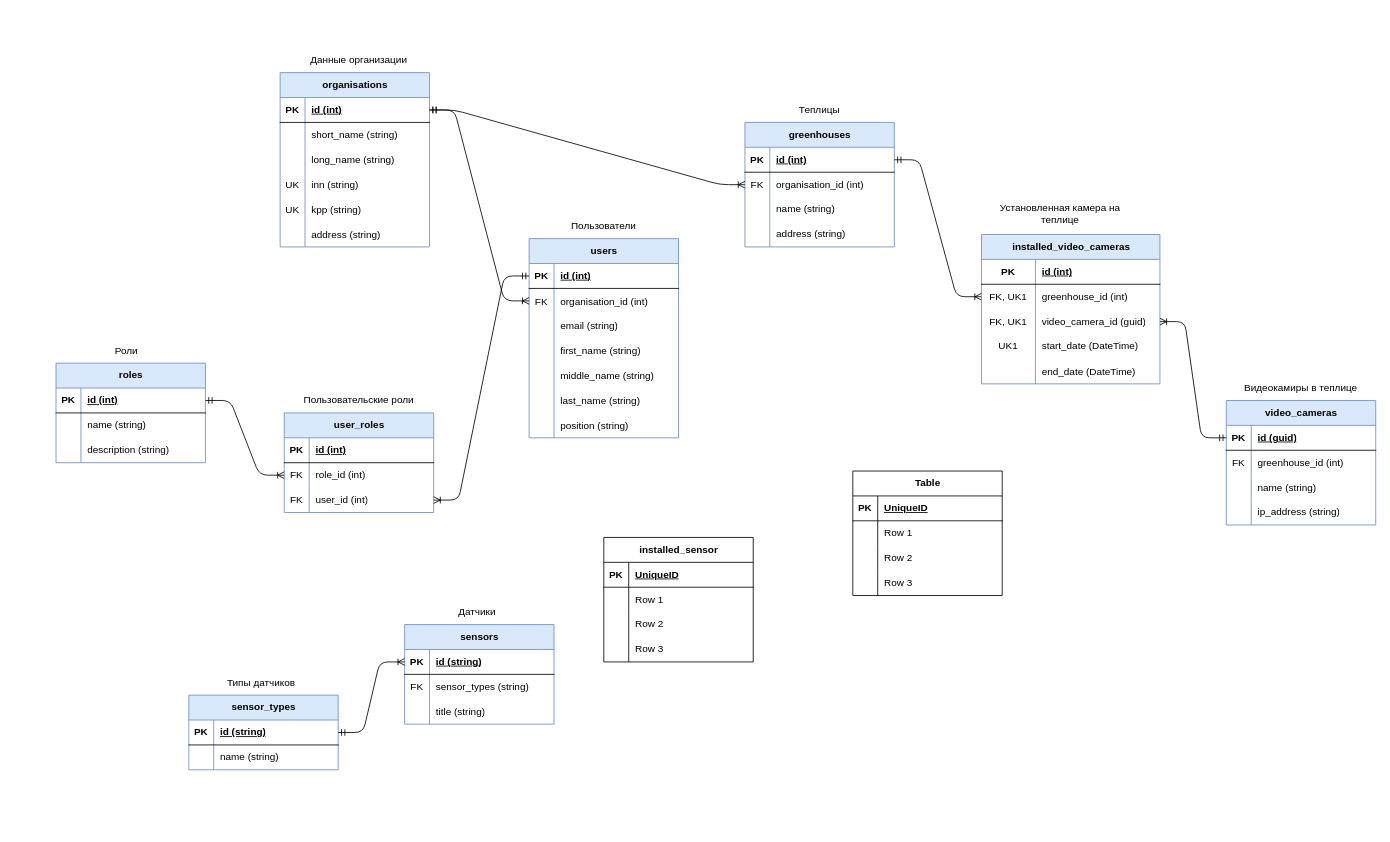
shishkinsa/arch-sys-greenhouse-monitoring keeps this draw.io diagram as docs/diargams/src/gm_er.drawio. Above is the earlier version. Source tidied: cells renumbered, new cells numbered last; positions are measured from the earlier drawing's top-left corner, leaving out a move shared by most shapes. Both pictures are drawn from the tidied source at 83%, with x=0, y=0 at pixel (56, 47).
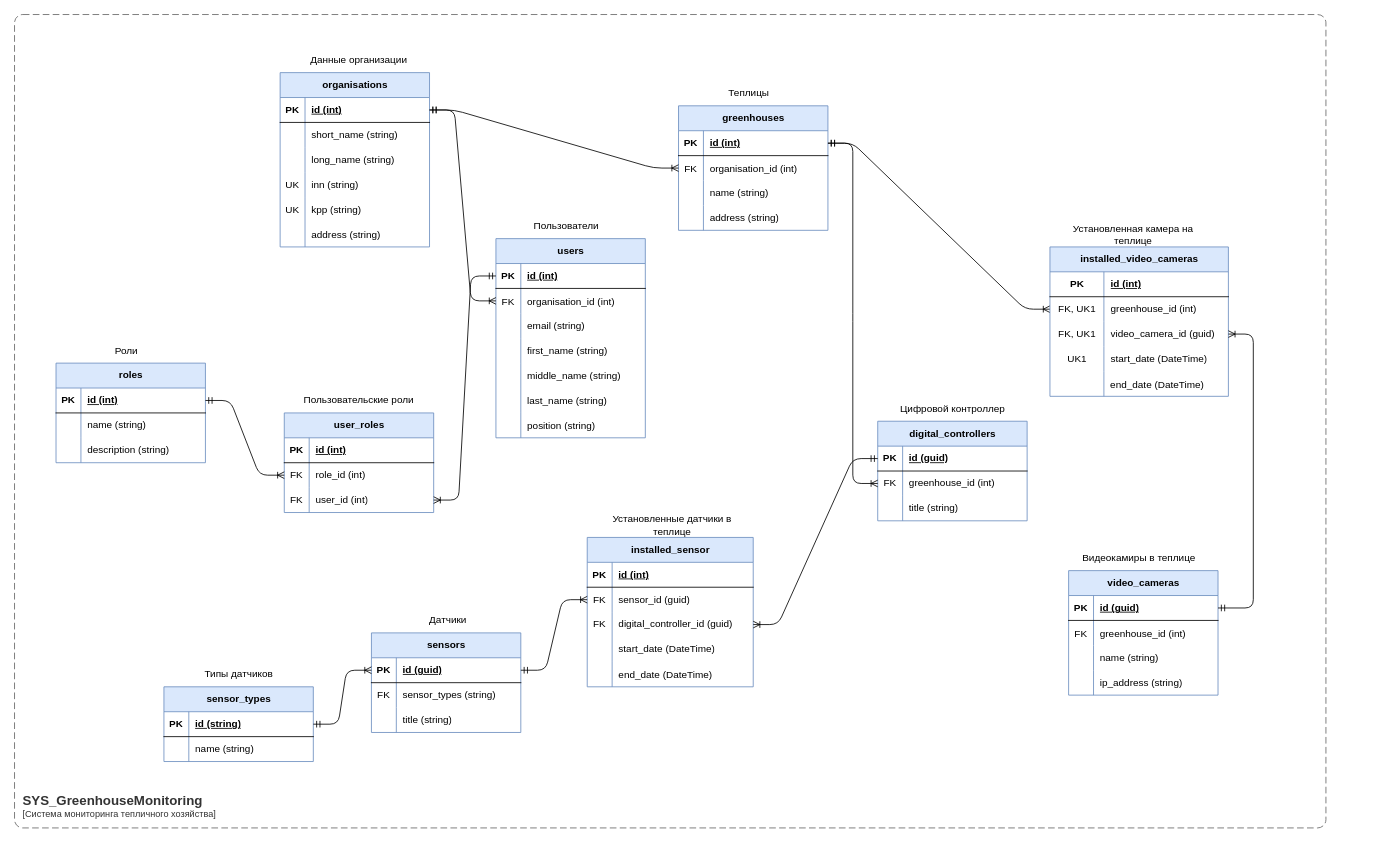
The same diagram, later.

Unchanged cells that the change refers to:
```xml
<mxCell id="3" style="shape=tableRow;horizontal=0;startSize=0;swimlaneHead=0;swimlaneBody=0;fillColor=none;points=[[0,0.5],[1,0.5]];portConstraint=eastwest;top=0;left=0;right=0;bottom=1;" parent="2" vertex="1">
  <mxGeometry y="30" width="180" height="30" as="geometry" />
</mxCell>
<mxCell id="109" style="shape=tableRow;horizontal=0;startSize=0;swimlaneHead=0;swimlaneBody=0;fillColor=none;points=[[0,0.5],[1,0.5]];portConstraint=eastwest;top=0;left=0;right=0;bottom=1;" parent="108" vertex="1">
  <mxGeometry y="30" width="180" height="30" as="geometry" />
</mxCell>
<mxCell id="152" style="shape=tableRow;horizontal=0;startSize=0;swimlaneHead=0;swimlaneBody=0;fillColor=none;points=[[0,0.5],[1,0.5]];portConstraint=eastwest;top=0;left=0;right=0;bottom=1;" parent="151" vertex="1">
  <mxGeometry y="30" width="180" height="30" as="geometry" />
</mxCell>
<mxCell id="155" style="shape=tableRow;horizontal=0;startSize=0;swimlaneHead=0;swimlaneBody=0;fillColor=none;points=[[0,0.5],[1,0.5]];portConstraint=eastwest;top=0;left=0;right=0;bottom=0;" parent="151" vertex="1">
  <mxGeometry y="60" width="180" height="30" as="geometry" />
</mxCell>
<mxCell id="158" style="shape=tableRow;horizontal=0;startSize=0;swimlaneHead=0;swimlaneBody=0;fillColor=none;top=0;left=0;right=0;bottom=0;" parent="151" vertex="1">
  <mxGeometry y="90" width="180" height="30" as="geometry" />
</mxCell>
```

The edit, as a diff of the source:
```diff
@@
     <mxCell id="2" value="greenhouses" style="shape=table;startSize=30;childLayout=tableLayout;rowLines=0;fontStyle=1;align=center;html=1;fillColor=#dae8fc;strokeColor=#6c8ebf;" parent="1" vertex="1">
-      <mxGeometry x="830" y="90" width="180" height="150" as="geometry" />
+      <mxGeometry x="750" y="70" width="180" height="150" as="geometry" />
     </mxCell>
@@
     <mxCell id="15" value="Теплицы" style="text;html=1;align=center;verticalAlign=middle;whiteSpace=wrap;rounded=0;" parent="1" vertex="1">
-      <mxGeometry x="835" y="60" width="170" height="30" as="geometry" />
+      <mxGeometry x="750" y="40" width="170" height="30" as="geometry" />
     </mxCell>
@@
     <mxCell id="47" value="users" style="shape=table;startSize=30;childLayout=tableLayout;rowLines=0;fontStyle=1;align=center;html=1;fillColor=#dae8fc;strokeColor=#6c8ebf;" parent="1" vertex="1">
-      <mxGeometry x="570" y="230" width="180" height="240" as="geometry" />
+      <mxGeometry x="530" y="230" width="180" height="240" as="geometry" />
     </mxCell>
@@
     <mxCell id="69" value="Пользователи" style="text;html=1;align=center;verticalAlign=middle;whiteSpace=wrap;rounded=0;" parent="1" vertex="1">
-      <mxGeometry x="575" y="200" width="170" height="30" as="geometry" />
+      <mxGeometry x="530" y="200" width="170" height="30" as="geometry" />
     </mxCell>
@@
     <mxCell id="85" value="video_cameras" style="shape=table;startSize=30;childLayout=tableLayout;rowLines=0;fontStyle=1;align=center;html=1;fillColor=#dae8fc;strokeColor=#6c8ebf;" parent="1" vertex="1">
-      <mxGeometry x="1410" y="425" width="180" height="150" as="geometry" />
+      <mxGeometry x="1220" y="630" width="180" height="150" as="geometry" />
     </mxCell>
@@
     <mxCell id="98" value="Видеокамиры в теплице" style="text;html=1;align=center;verticalAlign=middle;whiteSpace=wrap;rounded=0;" parent="1" vertex="1">
-      <mxGeometry x="1415" y="395" width="170" height="30" as="geometry" />
+      <mxGeometry x="1220" y="600" width="170" height="30" as="geometry" />
     </mxCell>
@@
     <mxCell id="100" value="sensor_types" style="shape=table;startSize=30;childLayout=tableLayout;rowLines=0;fontStyle=1;align=center;html=1;fillColor=#dae8fc;strokeColor=#6c8ebf;" parent="1" vertex="1">
-      <mxGeometry x="160" y="780" width="180" height="90" as="geometry" />
+      <mxGeometry x="130" y="770" width="180" height="90" as="geometry" />
     </mxCell>
@@
     <mxCell id="107" value="Типы датчиков" style="text;html=1;align=center;verticalAlign=middle;whiteSpace=wrap;rounded=0;" parent="1" vertex="1">
-      <mxGeometry x="160" y="750" width="175" height="30" as="geometry" />
+      <mxGeometry x="132.5" y="740" width="175" height="30" as="geometry" />
     </mxCell>
     <mxCell id="108" value="sensors" style="shape=table;startSize=30;childLayout=tableLayout;rowLines=0;fontStyle=1;align=center;html=1;fillColor=#dae8fc;strokeColor=#6c8ebf;" parent="1" vertex="1">
-      <mxGeometry x="420" y="695" width="180" height="120" as="geometry" />
+      <mxGeometry x="380" y="705" width="180" height="120" as="geometry" />
     </mxCell>
@@
-    <mxCell id="111" value="id (string)" style="shape=partialRectangle;fillColor=none;top=0;left=0;bottom=0;right=0;align=left;spacingLeft=6;fontStyle=5;overflow=hidden;whiteSpace=wrap;html=1;" parent="109" vertex="1">
+    <mxCell id="111" value="id (guid)" style="shape=partialRectangle;fillColor=none;top=0;left=0;bottom=0;right=0;align=left;spacingLeft=6;fontStyle=5;overflow=hidden;whiteSpace=wrap;html=1;" parent="109" vertex="1">
       <mxGeometry x="30" width="150" height="30" as="geometry" />
     </mxCell>
@@
     <mxCell id="118" value="Датчики" style="text;html=1;align=center;verticalAlign=middle;whiteSpace=wrap;rounded=0;" parent="1" vertex="1">
-      <mxGeometry x="420" y="665" width="175" height="30" as="geometry" />
+      <mxGeometry x="385" y="675" width="175" height="30" as="geometry" />
     </mxCell>
     <mxCell id="119" value="installed_video_cameras" style="shape=table;startSize=30;childLayout=tableLayout;rowLines=0;fontStyle=1;align=center;html=1;fillColor=#dae8fc;strokeColor=#6c8ebf;" parent="1" vertex="1">
-      <mxGeometry x="1115" y="225" width="215" height="180" as="geometry" />
+      <mxGeometry x="1197.5" y="240" width="215" height="180" as="geometry" />
     </mxCell>
@@
     <mxCell id="135" value="Установленная камера на теплице" style="text;html=1;align=center;verticalAlign=middle;whiteSpace=wrap;rounded=0;" parent="1" vertex="1">
-      <mxGeometry x="1125" y="185" width="170" height="30" as="geometry" />
+      <mxGeometry x="1212.5" y="210" width="170" height="30" as="geometry" />
     </mxCell>
@@
-    <mxCell id="137" value="installed_sensor" style="shape=table;startSize=30;childLayout=tableLayout;rowLines=0;fontStyle=1;align=center;html=1;" parent="1" vertex="1">
-      <mxGeometry x="660" y="590" width="180" height="150" as="geometry" />
+    <mxCell id="137" value="installed_sensor" style="shape=table;startSize=30;childLayout=tableLayout;rowLines=0;fontStyle=1;align=center;html=1;fillColor=#dae8fc;strokeColor=#6c8ebf;" parent="1" vertex="1">
+      <mxGeometry x="640" y="590" width="200" height="180" as="geometry" />
     </mxCell>
     <mxCell id="138" style="shape=tableRow;horizontal=0;startSize=0;swimlaneHead=0;swimlaneBody=0;fillColor=none;top=0;left=0;right=0;bottom=1;" parent="137" vertex="1">
-      <mxGeometry y="30" width="180" height="30" as="geometry" />
+      <mxGeometry y="30" width="200" height="30" as="geometry" />
     </mxCell>
@@
-    <mxCell id="140" value="UniqueID" style="shape=partialRectangle;fillColor=none;top=0;left=0;bottom=0;right=0;align=left;spacingLeft=6;fontStyle=5;overflow=hidden;whiteSpace=wrap;html=1;" parent="138" vertex="1">
-      <mxGeometry x="30" width="150" height="30" as="geometry" />
+    <mxCell id="140" value="id (int)" style="shape=partialRectangle;fillColor=none;top=0;left=0;bottom=0;right=0;align=left;spacingLeft=6;fontStyle=5;overflow=hidden;whiteSpace=wrap;html=1;" parent="138" vertex="1">
+      <mxGeometry x="30" width="170" height="30" as="geometry" />
     </mxCell>
     <mxCell id="141" style="shape=tableRow;horizontal=0;startSize=0;swimlaneHead=0;swimlaneBody=0;fillColor=none;points=[[0,0.5],[1,0.5]];portConstraint=eastwest;top=0;left=0;right=0;bottom=0;" parent="137" vertex="1">
-      <mxGeometry y="60" width="180" height="30" as="geometry" />
+      <mxGeometry y="60" width="200" height="30" as="geometry" />
     </mxCell>
-    <mxCell id="142" style="shape=partialRectangle;fillColor=none;top=0;left=0;bottom=0;right=0;overflow=hidden;whiteSpace=wrap;html=1;" parent="141" vertex="1">
+    <mxCell id="142" value="FK" style="shape=partialRectangle;fillColor=none;top=0;left=0;bottom=0;right=0;overflow=hidden;whiteSpace=wrap;html=1;" parent="141" vertex="1">
       <mxGeometry width="30" height="30" as="geometry" />
     </mxCell>
-    <mxCell id="143" value="Row 1" style="shape=partialRectangle;fillColor=none;top=0;left=0;bottom=0;right=0;align=left;spacingLeft=6;overflow=hidden;whiteSpace=wrap;html=1;" parent="141" vertex="1">
-      <mxGeometry x="30" width="150" height="30" as="geometry" />
+    <mxCell id="143" value="sensor_id (guid)" style="shape=partialRectangle;fillColor=none;top=0;left=0;bottom=0;right=0;align=left;spacingLeft=6;overflow=hidden;whiteSpace=wrap;html=1;" parent="141" vertex="1">
+      <mxGeometry x="30" width="170" height="30" as="geometry" />
     </mxCell>
     <mxCell id="144" style="shape=tableRow;horizontal=0;startSize=0;swimlaneHead=0;swimlaneBody=0;fillColor=none;points=[[0,0.5],[1,0.5]];portConstraint=eastwest;top=0;left=0;right=0;bottom=0;" parent="137" vertex="1">
-      <mxGeometry y="90" width="180" height="30" as="geometry" />
+      <mxGeometry y="90" width="200" height="30" as="geometry" />
     </mxCell>
-    <mxCell id="145" style="shape=partialRectangle;fillColor=none;top=0;left=0;bottom=0;right=0;overflow=hidden;whiteSpace=wrap;html=1;" parent="144" vertex="1">
+    <mxCell id="145" value="FK" style="shape=partialRectangle;fillColor=none;top=0;left=0;bottom=0;right=0;overflow=hidden;whiteSpace=wrap;html=1;" parent="144" vertex="1">
       <mxGeometry width="30" height="30" as="geometry" />
     </mxCell>
-    <mxCell id="146" value="Row 2" style="shape=partialRectangle;fillColor=none;top=0;left=0;bottom=0;right=0;align=left;spacingLeft=6;overflow=hidden;whiteSpace=wrap;html=1;" parent="144" vertex="1">
-      <mxGeometry x="30" width="150" height="30" as="geometry" />
+    <mxCell id="146" value="&lt;span style=&quot;color: rgb(0, 0, 0); text-align: center; text-wrap-mode: nowrap;&quot;&gt;digital_controller_id (guid)&lt;/span&gt;" style="shape=partialRectangle;fillColor=none;top=0;left=0;bottom=0;right=0;align=left;spacingLeft=6;overflow=hidden;whiteSpace=wrap;html=1;" parent="144" vertex="1">
+      <mxGeometry x="30" width="170" height="30" as="geometry" />
     </mxCell>
     <mxCell id="147" style="shape=tableRow;horizontal=0;startSize=0;swimlaneHead=0;swimlaneBody=0;fillColor=none;top=0;left=0;right=0;bottom=0;" parent="137" vertex="1">
-      <mxGeometry y="120" width="180" height="30" as="geometry" />
+      <mxGeometry y="120" width="200" height="30" as="geometry" />
     </mxCell>
@@
-    <mxCell id="149" value="Row 3" style="shape=partialRectangle;fillColor=none;top=0;left=0;bottom=0;right=0;align=left;spacingLeft=6;overflow=hidden;whiteSpace=wrap;html=1;" parent="147" vertex="1">
-      <mxGeometry x="30" width="150" height="30" as="geometry" />
+    <mxCell id="149" value="start_date (DateTime)" style="shape=partialRectangle;fillColor=none;top=0;left=0;bottom=0;right=0;align=left;spacingLeft=6;overflow=hidden;whiteSpace=wrap;html=1;" parent="147" vertex="1">
+      <mxGeometry x="30" width="170" height="30" as="geometry" />
     </mxCell>
+    <mxCell id="164" style="shape=tableRow;horizontal=0;startSize=0;swimlaneHead=0;swimlaneBody=0;fillColor=none;top=0;left=0;right=0;bottom=0;" parent="137" vertex="1">
+      <mxGeometry y="150" width="200" height="30" as="geometry" />
+    </mxCell>
+    <mxCell id="165" style="shape=partialRectangle;fillColor=none;top=0;left=0;bottom=0;right=0;overflow=hidden;" parent="164" vertex="1">
+      <mxGeometry width="30" height="30" as="geometry" />
+    </mxCell>
+    <mxCell id="166" value="end_date (DateTime)" style="shape=partialRectangle;fillColor=none;top=0;left=0;bottom=0;right=0;align=left;spacingLeft=6;overflow=hidden;" parent="164" vertex="1">
+      <mxGeometry x="30" width="170" height="30" as="geometry" />
+    </mxCell>
@@
-    <mxCell id="151" value="Table" style="shape=table;startSize=30;childLayout=tableLayout;rowLines=0;fontStyle=1;align=center;html=1;" parent="1" vertex="1">
-      <mxGeometry x="960" y="510" width="180" height="150" as="geometry" />
+    <mxCell id="151" value="digital_controllers" style="shape=table;startSize=30;childLayout=tableLayout;rowLines=0;fontStyle=1;align=center;html=1;fillColor=#dae8fc;strokeColor=#6c8ebf;" parent="1" vertex="1">
+      <mxGeometry x="990" y="450" width="180" height="120" as="geometry" />
     </mxCell>
@@
-    <mxCell id="154" value="UniqueID" style="shape=partialRectangle;fillColor=none;top=0;left=0;bottom=0;right=0;align=left;spacingLeft=6;fontStyle=5;overflow=hidden;whiteSpace=wrap;html=1;" parent="152" vertex="1">
+    <mxCell id="154" value="id (guid)" style="shape=partialRectangle;fillColor=none;top=0;left=0;bottom=0;right=0;align=left;spacingLeft=6;fontStyle=5;overflow=hidden;whiteSpace=wrap;html=1;" parent="152" vertex="1">
       <mxGeometry x="30" width="150" height="30" as="geometry" />
     </mxCell>
@@
-    <mxCell id="156" style="shape=partialRectangle;fillColor=none;top=0;left=0;bottom=0;right=0;overflow=hidden;whiteSpace=wrap;html=1;" parent="155" vertex="1">
+    <mxCell id="156" value="FK" style="shape=partialRectangle;fillColor=none;top=0;left=0;bottom=0;right=0;overflow=hidden;whiteSpace=wrap;html=1;" parent="155" vertex="1">
       <mxGeometry width="30" height="30" as="geometry" />
     </mxCell>
-    <mxCell id="157" value="Row 1" style="shape=partialRectangle;fillColor=none;top=0;left=0;bottom=0;right=0;align=left;spacingLeft=6;overflow=hidden;whiteSpace=wrap;html=1;" parent="155" vertex="1">
+    <mxCell id="157" value="&lt;span style=&quot;color: rgb(0, 0, 0); text-wrap-mode: nowrap;&quot;&gt;greenhouse_id (int)&lt;/span&gt;" style="shape=partialRectangle;fillColor=none;top=0;left=0;bottom=0;right=0;align=left;spacingLeft=6;overflow=hidden;whiteSpace=wrap;html=1;" parent="155" vertex="1">
       <mxGeometry x="30" width="150" height="30" as="geometry" />
     </mxCell>
@@
-    <mxCell id="160" value="Row 2" style="shape=partialRectangle;fillColor=none;top=0;left=0;bottom=0;right=0;align=left;spacingLeft=6;overflow=hidden;whiteSpace=wrap;html=1;" parent="158" vertex="1">
+    <mxCell id="160" value="title (string)" style="shape=partialRectangle;fillColor=none;top=0;left=0;bottom=0;right=0;align=left;spacingLeft=6;overflow=hidden;whiteSpace=wrap;html=1;" parent="158" vertex="1">
       <mxGeometry x="30" width="150" height="30" as="geometry" />
     </mxCell>
-    <mxCell id="161" style="shape=tableRow;horizontal=0;startSize=0;swimlaneHead=0;swimlaneBody=0;fillColor=none;top=0;left=0;right=0;bottom=0;" parent="151" vertex="1">
-      <mxGeometry y="120" width="180" height="30" as="geometry" />
-    </mxCell>
-    <mxCell id="162" style="shape=partialRectangle;fillColor=none;top=0;left=0;bottom=0;right=0;overflow=hidden;whiteSpace=wrap;html=1;" parent="161" vertex="1">
-      <mxGeometry width="30" height="30" as="geometry" />
-    </mxCell>
-    <mxCell id="163" value="Row 3" style="shape=partialRectangle;fillColor=none;top=0;left=0;bottom=0;right=0;align=left;spacingLeft=6;overflow=hidden;whiteSpace=wrap;html=1;" parent="161" vertex="1">
-      <mxGeometry x="30" width="150" height="30" as="geometry" />
-    </mxCell>
+    <mxCell id="167" style="edgeStyle=entityRelationEdgeStyle;fontSize=12;html=1;endArrow=ERoneToMany;startArrow=ERmandOne;" parent="1" edge="1" source="3" target="155">
+      <mxGeometry relative="1" as="geometry" />
+    </mxCell>
+    <mxCell id="168" value="Установленные датчики в теплице" style="text;html=1;align=center;verticalAlign=middle;whiteSpace=wrap;rounded=0;" parent="1" vertex="1">
+      <mxGeometry x="655" y="560" width="175" height="30" as="geometry" />
+    </mxCell>
+    <mxCell id="169" style="edgeStyle=entityRelationEdgeStyle;fontSize=12;html=1;endArrow=ERoneToMany;startArrow=ERmandOne;" parent="1" edge="1" source="109" target="141">
+      <mxGeometry relative="1" as="geometry" />
+    </mxCell>
+    <mxCell id="170" value="Цифровой контроллер" style="text;html=1;align=center;verticalAlign=middle;whiteSpace=wrap;rounded=0;" parent="1" vertex="1">
+      <mxGeometry x="992.5" y="420" width="175" height="30" as="geometry" />
+    </mxCell>
+    <mxCell id="171" style="edgeStyle=entityRelationEdgeStyle;fontSize=12;html=1;endArrow=ERoneToMany;startArrow=ERmandOne;" parent="1" edge="1" source="152" target="144">
+      <mxGeometry relative="1" as="geometry" />
+    </mxCell>
+    <object id="172" label="&lt;font style=&quot;font-size: 16px&quot;&gt;&lt;b&gt;&lt;div style=&quot;text-align: left&quot;&gt;%c4Name%&lt;/div&gt;&lt;/b&gt;&lt;/font&gt;&lt;div style=&quot;text-align: left&quot;&gt;[%c4Application%]&lt;/div&gt;" c4Application="Система мониторинга тепличного хозяйства" c4Name="SYS_GreenhouseMonitoring" placeholders="1">
+      <mxCell style="rounded=1;fontSize=11;whiteSpace=wrap;html=1;dashed=1;arcSize=20;fillColor=none;strokeColor=#666666;fontColor=#333333;labelBackgroundColor=none;align=left;verticalAlign=bottom;labelBorderColor=none;spacingTop=0;spacing=10;dashPattern=8 4;perimeter=rectanglePerimeter;noLabel=0;labelPadding=0;absoluteArcSize=1;" parent="1" vertex="1">
+        <mxGeometry x="-50" y="-40" width="1580" height="980" as="geometry" />
+      </mxCell>
+    </object>
```
